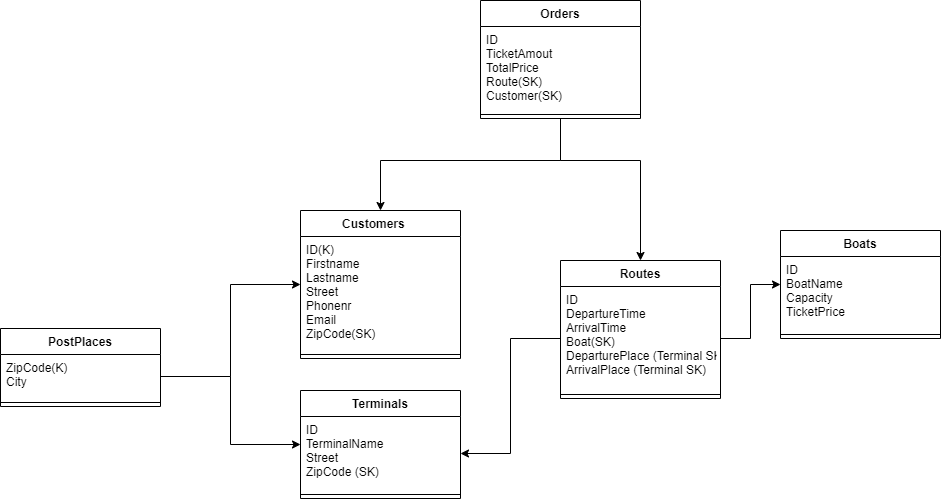
The draw.io diagram SemesterOppgave1/SemesterOppgave1/DAL/BoatTripDiagram.png in odeta939/SemesterOppgave1, before a commit. Source tidied: cells renumbered, new cells last; positions are measured from the earlier drawing's top-left corner, leaving out a move shared by most shapes. Its diagram source:
```xml
<mxGraphModel>
  <root>
    <mxCell id="0" />
    <mxCell id="1" parent="0" />
    <mxCell id="2" value="Customers    " style="swimlane;fontStyle=1;align=center;verticalAlign=top;horizontal=1;startSize=26;" parent="1" vertex="1">
      <mxGeometry x="300" y="210" width="160" height="148" as="geometry" />
    </mxCell>
    <mxCell id="3" value="ID(K)&#10;Firstname&#10;Lastname&#10;Street&#10;Phonenr&#10;Email&#10;ZipCode(SK)" style="text;strokeColor=none;fillColor=none;align=left;verticalAlign=top;spacingLeft=4;spacingRight=4;overflow=hidden;" parent="2" vertex="1">
      <mxGeometry y="26" width="160" height="114" as="geometry" />
    </mxCell>
    <mxCell id="4" style="line;strokeWidth=1;fillColor=none;align=left;verticalAlign=middle;spacingTop=-1;spacingLeft=3;spacingRight=3;labelPosition=right;" parent="2" vertex="1">
      <mxGeometry y="140" width="160" height="8" as="geometry" />
    </mxCell>
    <mxCell id="5" value="PostPlaces" style="swimlane;fontStyle=1;align=center;verticalAlign=top;horizontal=1;startSize=26;" parent="1" vertex="1">
      <mxGeometry y="328" width="160" height="78" as="geometry" />
    </mxCell>
    <mxCell id="6" value="ZipCode(K)&#10;City" style="text;strokeColor=none;fillColor=none;align=left;verticalAlign=top;spacingLeft=4;spacingRight=4;overflow=hidden;points=[[0,0.5],[1,0.5]];portConstraint=eastwest;" parent="5" vertex="1">
      <mxGeometry y="26" width="160" height="44" as="geometry" />
    </mxCell>
    <mxCell id="7" style="line;strokeWidth=1;fillColor=none;align=left;verticalAlign=middle;spacingTop=-1;spacingLeft=3;spacingRight=3;labelPosition=right;" parent="5" vertex="1">
      <mxGeometry y="70" width="160" height="8" as="geometry" />
    </mxCell>
    <mxCell id="8" style="edgeStyle=orthogonalEdgeStyle;rounded=0;jettySize=auto;html=1;exitX=0.5;exitY=1;exitDx=0;exitDy=0;" parent="1" edge="1" source="10" target="2">
      <mxGeometry relative="1" as="geometry">
        <Array as="points">
          <mxPoint x="560" y="160" />
          <mxPoint x="380" y="160" />
        </Array>
      </mxGeometry>
    </mxCell>
    <mxCell id="9" style="edgeStyle=orthogonalEdgeStyle;rounded=0;jettySize=auto;html=1;exitX=0.5;exitY=1;exitDx=0;exitDy=0;" parent="1" edge="1" source="10" target="19">
      <mxGeometry relative="1" as="geometry">
        <Array as="points">
          <mxPoint x="560" y="160" />
          <mxPoint x="640" y="160" />
        </Array>
      </mxGeometry>
    </mxCell>
    <mxCell id="10" value="Orders" style="swimlane;fontStyle=1;align=center;verticalAlign=top;horizontal=1;startSize=26;" parent="1" vertex="1">
      <mxGeometry x="480" width="160" height="118" as="geometry" />
    </mxCell>
    <mxCell id="11" value="ID&#10;TicketAmout&#10;TotalPrice&#10;Route(SK)&#10;Customer(SK)" style="text;strokeColor=none;fillColor=none;align=left;verticalAlign=top;spacingLeft=4;spacingRight=4;overflow=hidden;" parent="10" vertex="1">
      <mxGeometry y="26" width="160" height="84" as="geometry" />
    </mxCell>
    <mxCell id="12" style="line;strokeWidth=1;fillColor=none;align=left;verticalAlign=middle;spacingTop=-1;spacingLeft=3;spacingRight=3;labelPosition=right;" parent="10" vertex="1">
      <mxGeometry y="110" width="160" height="8" as="geometry" />
    </mxCell>
    <mxCell id="13" value="Boats" style="swimlane;fontStyle=1;align=center;verticalAlign=top;horizontal=1;startSize=26;" parent="1" vertex="1">
      <mxGeometry x="780" y="230" width="160" height="108" as="geometry" />
    </mxCell>
    <mxCell id="14" value="ID&#10;BoatName&#10;Capacity&#10;TicketPrice" style="text;strokeColor=none;fillColor=none;align=left;verticalAlign=top;spacingLeft=4;spacingRight=4;overflow=hidden;" parent="13" vertex="1">
      <mxGeometry y="26" width="160" height="74" as="geometry" />
    </mxCell>
    <mxCell id="15" style="line;strokeWidth=1;fillColor=none;align=left;verticalAlign=middle;spacingTop=-1;spacingLeft=3;spacingRight=3;labelPosition=right;" parent="13" vertex="1">
      <mxGeometry y="100" width="160" height="8" as="geometry" />
    </mxCell>
    <mxCell id="16" value="Terminals" style="swimlane;fontStyle=1;align=center;verticalAlign=top;horizontal=1;startSize=26;" parent="1" vertex="1">
      <mxGeometry x="300" y="390" width="160" height="108" as="geometry" />
    </mxCell>
    <mxCell id="17" value="ID&#10;TerminalName&#10;Street&#10;ZipCode (SK)" style="text;strokeColor=none;fillColor=none;align=left;verticalAlign=top;spacingLeft=4;spacingRight=4;overflow=hidden;points=[[0,0.5],[1,0.5]];portConstraint=eastwest;" parent="16" vertex="1">
      <mxGeometry y="26" width="160" height="74" as="geometry" />
    </mxCell>
    <mxCell id="18" style="line;strokeWidth=1;fillColor=none;align=left;verticalAlign=middle;spacingTop=-1;spacingLeft=3;spacingRight=3;labelPosition=right;" parent="16" vertex="1">
      <mxGeometry y="100" width="160" height="8" as="geometry" />
    </mxCell>
    <mxCell id="19" value="Routes" style="swimlane;fontStyle=1;align=center;verticalAlign=top;horizontal=1;startSize=26;" parent="1" vertex="1">
      <mxGeometry x="560" y="260" width="160" height="138" as="geometry" />
    </mxCell>
    <mxCell id="20" value="ID&#10;DepartureTime&#10;ArrivalTime&#10;Boat(SK)&#10;DeparturePlace (Terminal SK)&#10;ArrivalPlace (Terminal SK)" style="text;strokeColor=none;fillColor=none;align=left;verticalAlign=top;spacingLeft=4;spacingRight=4;overflow=hidden;points=[[0,0.5],[1,0.5]];portConstraint=eastwest;" parent="19" vertex="1">
      <mxGeometry y="26" width="160" height="104" as="geometry" />
    </mxCell>
    <mxCell id="21" style="line;strokeWidth=1;fillColor=none;align=left;verticalAlign=middle;spacingTop=-1;spacingLeft=3;spacingRight=3;labelPosition=right;" parent="19" vertex="1">
      <mxGeometry y="130" width="160" height="8" as="geometry" />
    </mxCell>
    <mxCell id="22" style="edgeStyle=orthogonalEdgeStyle;rounded=0;jettySize=auto;html=1;exitX=1;exitY=0.5;exitDx=0;exitDy=0;" parent="1" edge="1" source="6" target="16">
      <mxGeometry relative="1" as="geometry" />
    </mxCell>
    <mxCell id="23" style="edgeStyle=orthogonalEdgeStyle;rounded=0;jettySize=auto;html=1;exitX=1;exitY=0.5;exitDx=0;exitDy=0;" parent="1" edge="1" source="6" target="2">
      <mxGeometry relative="1" as="geometry" />
    </mxCell>
    <mxCell id="24" style="edgeStyle=orthogonalEdgeStyle;rounded=0;jettySize=auto;html=1;exitX=0;exitY=0.5;exitDx=0;exitDy=0;entryX=1;entryY=0.5;entryDx=0;entryDy=0;" parent="1" edge="1" source="20" target="17">
      <mxGeometry relative="1" as="geometry" />
    </mxCell>
    <mxCell id="25" style="edgeStyle=orthogonalEdgeStyle;rounded=0;jettySize=auto;html=1;exitX=1;exitY=0.5;exitDx=0;exitDy=0;" parent="1" edge="1" source="20" target="13">
      <mxGeometry relative="1" as="geometry" />
    </mxCell>
  </root>
</mxGraphModel>
```
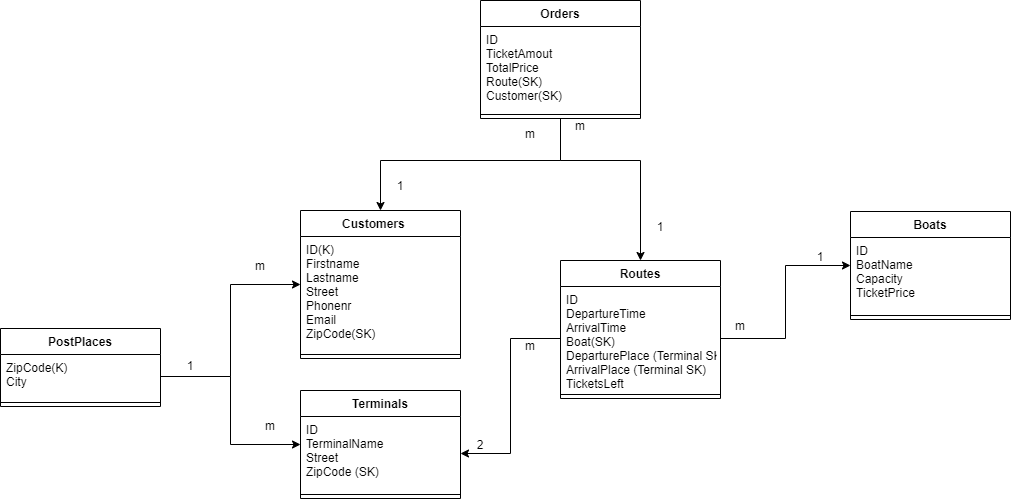
Above is the later version.

What changed in the source:
```diff
@@ -46,7 +46,7 @@
       <mxGeometry y="110" width="160" height="8" as="geometry" />
     </mxCell>
     <mxCell id="13" value="Boats" style="swimlane;fontStyle=1;align=center;verticalAlign=top;horizontal=1;startSize=26;" parent="1" vertex="1">
-      <mxGeometry x="780" y="230" width="160" height="108" as="geometry" />
+      <mxGeometry x="850" y="211" width="160" height="108" as="geometry" />
     </mxCell>
     <mxCell id="14" value="ID&#10;BoatName&#10;Capacity&#10;TicketPrice" style="text;strokeColor=none;fillColor=none;align=left;verticalAlign=top;spacingLeft=4;spacingRight=4;overflow=hidden;" parent="13" vertex="1">
       <mxGeometry y="26" width="160" height="74" as="geometry" />
@@ -66,7 +66,7 @@
     <mxCell id="19" value="Routes" style="swimlane;fontStyle=1;align=center;verticalAlign=top;horizontal=1;startSize=26;" parent="1" vertex="1">
       <mxGeometry x="560" y="260" width="160" height="138" as="geometry" />
     </mxCell>
-    <mxCell id="20" value="ID&#10;DepartureTime&#10;ArrivalTime&#10;Boat(SK)&#10;DeparturePlace (Terminal SK)&#10;ArrivalPlace (Terminal SK)" style="text;strokeColor=none;fillColor=none;align=left;verticalAlign=top;spacingLeft=4;spacingRight=4;overflow=hidden;points=[[0,0.5],[1,0.5]];portConstraint=eastwest;" parent="19" vertex="1">
+    <mxCell id="20" value="ID&#10;DepartureTime&#10;ArrivalTime&#10;Boat(SK)&#10;DeparturePlace (Terminal SK)&#10;ArrivalPlace (Terminal SK)&#10;TicketsLeft" style="text;strokeColor=none;fillColor=none;align=left;verticalAlign=top;spacingLeft=4;spacingRight=4;overflow=hidden;points=[[0,0.5],[1,0.5]];portConstraint=eastwest;" parent="19" vertex="1">
       <mxGeometry y="26" width="160" height="104" as="geometry" />
     </mxCell>
     <mxCell id="21" style="line;strokeWidth=1;fillColor=none;align=left;verticalAlign=middle;spacingTop=-1;spacingLeft=3;spacingRight=3;labelPosition=right;" parent="19" vertex="1">
@@ -84,5 +84,38 @@
     <mxCell id="25" style="edgeStyle=orthogonalEdgeStyle;rounded=0;jettySize=auto;html=1;exitX=1;exitY=0.5;exitDx=0;exitDy=0;" parent="1" edge="1" source="20" target="13">
       <mxGeometry relative="1" as="geometry" />
     </mxCell>
+    <mxCell id="26" value="m" style="text;html=1;strokeColor=none;fillColor=none;align=center;verticalAlign=middle;whiteSpace=wrap;rounded=0;" parent="1" vertex="1">
+      <mxGeometry x="240" y="410" width="60" height="30" as="geometry" />
+    </mxCell>
+    <mxCell id="27" value="1" style="text;html=1;strokeColor=none;fillColor=none;align=center;verticalAlign=middle;whiteSpace=wrap;rounded=0;" parent="1" vertex="1">
+      <mxGeometry x="160" y="350" width="60" height="30" as="geometry" />
+    </mxCell>
+    <mxCell id="28" value="m" style="text;html=1;strokeColor=none;fillColor=none;align=center;verticalAlign=middle;whiteSpace=wrap;rounded=0;" parent="1" vertex="1">
+      <mxGeometry x="230" y="250" width="60" height="30" as="geometry" />
+    </mxCell>
+    <mxCell id="29" value="m" style="text;html=1;strokeColor=none;fillColor=none;align=center;verticalAlign=middle;whiteSpace=wrap;rounded=0;" parent="1" vertex="1">
+      <mxGeometry x="500" y="330" width="60" height="30" as="geometry" />
+    </mxCell>
+    <mxCell id="30" value="m" style="text;html=1;strokeColor=none;fillColor=none;align=center;verticalAlign=middle;whiteSpace=wrap;rounded=0;" parent="1" vertex="1">
+      <mxGeometry x="710" y="310" width="60" height="30" as="geometry" />
+    </mxCell>
+    <mxCell id="31" value="1" style="text;html=1;strokeColor=none;fillColor=none;align=center;verticalAlign=middle;whiteSpace=wrap;rounded=0;" parent="1" vertex="1">
+      <mxGeometry x="790" y="241" width="60" height="30" as="geometry" />
+    </mxCell>
+    <mxCell id="32" value="2" style="text;html=1;strokeColor=none;fillColor=none;align=center;verticalAlign=middle;whiteSpace=wrap;rounded=0;" parent="1" vertex="1">
+      <mxGeometry x="450" y="429" width="60" height="30" as="geometry" />
+    </mxCell>
+    <mxCell id="33" value="1" style="text;html=1;strokeColor=none;fillColor=none;align=center;verticalAlign=middle;whiteSpace=wrap;rounded=0;" parent="1" vertex="1">
+      <mxGeometry x="370" y="170" width="60" height="30" as="geometry" />
+    </mxCell>
+    <mxCell id="34" value="1" style="text;html=1;strokeColor=none;fillColor=none;align=center;verticalAlign=middle;whiteSpace=wrap;rounded=0;" parent="1" vertex="1">
+      <mxGeometry x="630" y="211" width="60" height="30" as="geometry" />
+    </mxCell>
+    <mxCell id="35" value="m" style="text;html=1;strokeColor=none;fillColor=none;align=center;verticalAlign=middle;whiteSpace=wrap;rounded=0;" parent="1" vertex="1">
+      <mxGeometry x="500" y="118" width="60" height="30" as="geometry" />
+    </mxCell>
+    <mxCell id="36" value="m" style="text;html=1;strokeColor=none;fillColor=none;align=center;verticalAlign=middle;whiteSpace=wrap;rounded=0;" parent="1" vertex="1">
+      <mxGeometry x="550" y="110" width="60" height="30" as="geometry" />
+    </mxCell>
   </root>
 </mxGraphModel>
```
